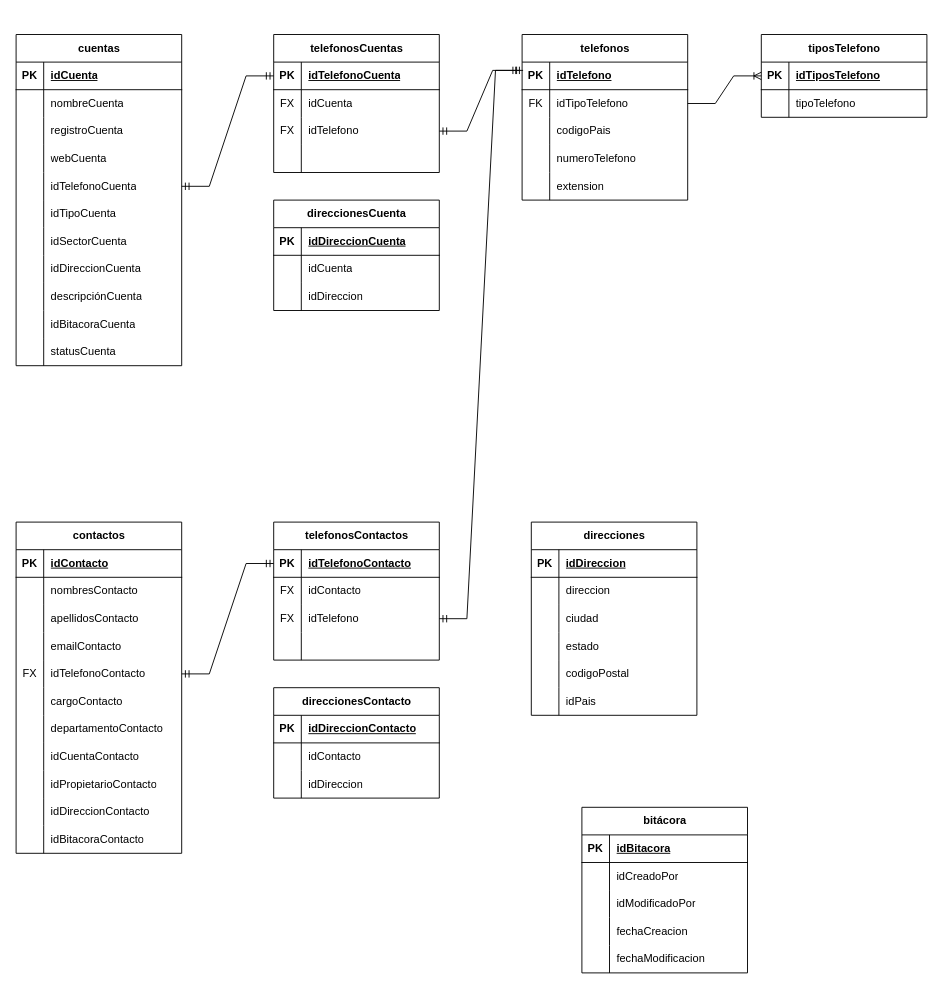
The draw.io diagram bd people.drawio in ocpdata/BDPeople, before the edit. Source tidied: cells renumbered, new cells numbered last; positions are measured from the earlier drawing's top-left corner, leaving out a move shared by most shapes. Both pictures are drawn from the tidied source at 92%, with x=0, y=0 at pixel (16, 34).
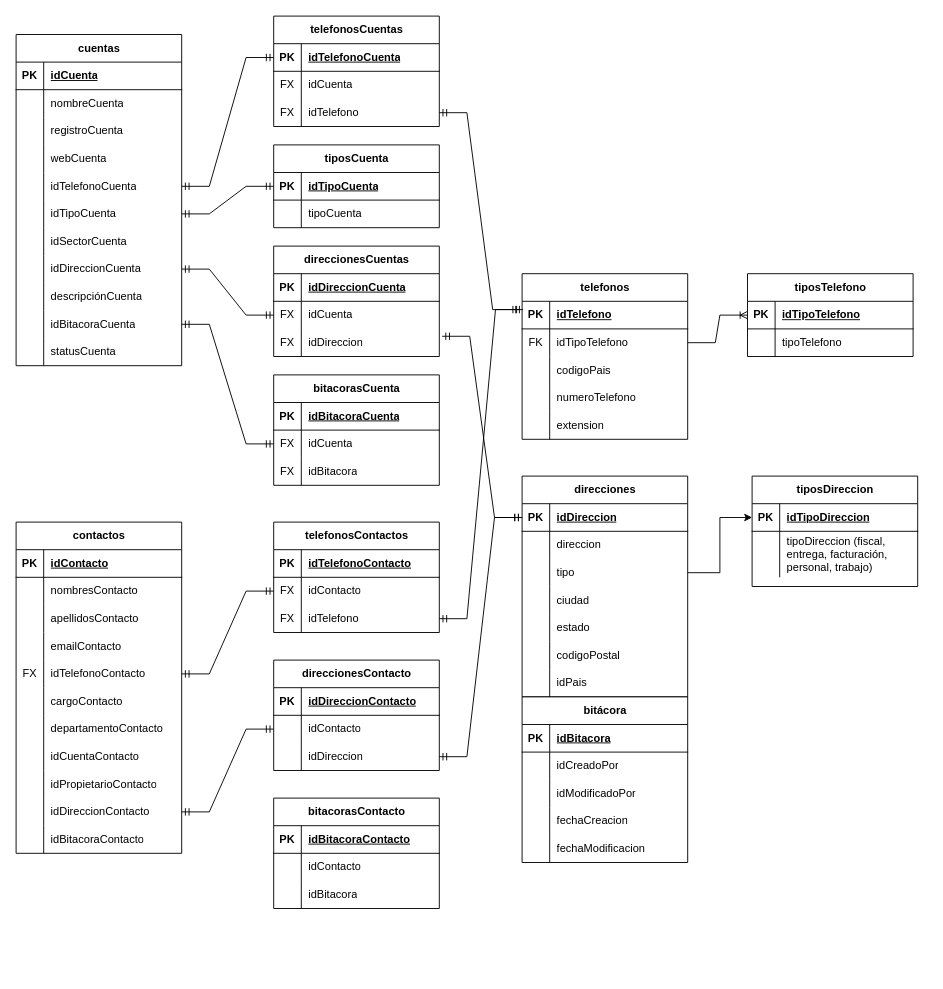
Above is the later version.

Unchanged cells that the change refers to:
```xml
<mxCell id="18" style="shape=tableRow;horizontal=0;startSize=0;swimlaneHead=0;swimlaneBody=0;fillColor=none;points=[[0,0.5],[1,0.5]];portConstraint=eastwest;top=0;left=0;right=0;bottom=0;" parent="2" vertex="1">
  <mxGeometry y="180" width="180" height="30" as="geometry" />
</mxCell>
<mxCell id="24" style="shape=tableRow;horizontal=0;startSize=0;swimlaneHead=0;swimlaneBody=0;fillColor=none;points=[[0,0.5],[1,0.5]];portConstraint=eastwest;top=0;left=0;right=0;bottom=0;" parent="2" vertex="1">
  <mxGeometry y="240" width="180" height="30" as="geometry" />
</mxCell>
<mxCell id="30" style="shape=tableRow;horizontal=0;startSize=0;swimlaneHead=0;swimlaneBody=0;fillColor=none;points=[[0,0.5],[1,0.5]];portConstraint=eastwest;top=0;left=0;right=0;bottom=0;" parent="2" vertex="1">
  <mxGeometry y="300" width="180" height="30" as="geometry" />
</mxCell>
<mxCell id="49" style="shape=tableRow;horizontal=0;startSize=0;swimlaneHead=0;swimlaneBody=0;fillColor=none;points=[[0,0.5],[1,0.5]];portConstraint=eastwest;top=0;left=0;right=0;bottom=0;" parent="36" vertex="1">
  <mxGeometry y="150" width="180" height="30" as="geometry" />
</mxCell>
<mxCell id="64" style="shape=tableRow;horizontal=0;startSize=0;swimlaneHead=0;swimlaneBody=0;fillColor=none;points=[[0,0.5],[1,0.5]];portConstraint=eastwest;top=0;left=0;right=0;bottom=0;" parent="36" vertex="1">
  <mxGeometry y="300" width="180" height="30" as="geometry" />
</mxCell>
<mxCell id="71" style="shape=tableRow;horizontal=0;startSize=0;swimlaneHead=0;swimlaneBody=0;fillColor=none;points=[[0,0.5],[1,0.5]];portConstraint=eastwest;top=0;left=0;right=0;bottom=1;" parent="70" vertex="1">
  <mxGeometry y="30" width="180" height="30" as="geometry" />
</mxCell>
<mxCell id="122" style="shape=tableRow;horizontal=0;startSize=0;swimlaneHead=0;swimlaneBody=0;fillColor=none;points=[[0,0.5],[1,0.5]];portConstraint=eastwest;top=0;left=0;right=0;bottom=1;" parent="121" vertex="1">
  <mxGeometry y="30" width="180" height="30" as="geometry" />
</mxCell>
<mxCell id="133" style="shape=tableRow;horizontal=0;startSize=0;swimlaneHead=0;swimlaneBody=0;fillColor=none;points=[[0,0.5],[1,0.5]];portConstraint=eastwest;top=0;left=0;right=0;bottom=0;" parent="129" vertex="1">
  <mxGeometry y="60" width="180" height="30" as="geometry" />
</mxCell>
<mxCell id="136" style="shape=tableRow;horizontal=0;startSize=0;swimlaneHead=0;swimlaneBody=0;fillColor=none;points=[[0,0.5],[1,0.5]];portConstraint=eastwest;top=0;left=0;right=0;bottom=0;" parent="129" vertex="1">
  <mxGeometry y="90" width="180" height="30" as="geometry" />
</mxCell>
<mxCell id="140" style="shape=tableRow;horizontal=0;startSize=0;swimlaneHead=0;swimlaneBody=0;fillColor=none;points=[[0,0.5],[1,0.5]];portConstraint=eastwest;top=0;left=0;right=0;bottom=1;" parent="139" vertex="1">
  <mxGeometry y="30" width="180" height="30" as="geometry" />
</mxCell>
<mxCell id="143" style="shape=tableRow;horizontal=0;startSize=0;swimlaneHead=0;swimlaneBody=0;fillColor=none;points=[[0,0.5],[1,0.5]];portConstraint=eastwest;top=0;left=0;right=0;bottom=0;" parent="139" vertex="1">
  <mxGeometry y="60" width="180" height="30" as="geometry" />
</mxCell>
<mxCell id="173" style="shape=tableRow;horizontal=0;startSize=0;swimlaneHead=0;swimlaneBody=0;fillColor=none;points=[[0,0.5],[1,0.5]];portConstraint=eastwest;top=0;left=0;right=0;bottom=0;" parent="169" vertex="1">
  <mxGeometry y="60" width="180" height="30" as="geometry" />
</mxCell>
<mxCell id="176" style="shape=tableRow;horizontal=0;startSize=0;swimlaneHead=0;swimlaneBody=0;fillColor=none;points=[[0,0.5],[1,0.5]];portConstraint=eastwest;top=0;left=0;right=0;bottom=0;" parent="169" vertex="1">
  <mxGeometry y="90" width="180" height="30" as="geometry" />
</mxCell>
```

What changed in the source:
```diff
@@
     <mxCell id="70" value="direcciones" style="shape=table;startSize=30;childLayout=tableLayout;rowLines=0;fontStyle=1;align=center;html=1;" parent="1" vertex="1">
-      <mxGeometry x="560" y="530" width="180" height="210" as="geometry" />
+      <mxGeometry x="550" y="480" width="180" height="240" as="geometry" />
     </mxCell>
@@
+    <mxCell id="179" style="shape=tableRow;horizontal=0;startSize=0;swimlaneHead=0;swimlaneBody=0;fillColor=none;points=[[0,0.5],[1,0.5]];portConstraint=eastwest;top=0;left=0;right=0;bottom=0;" parent="70" vertex="1">
+      <mxGeometry y="90" width="180" height="30" as="geometry" />
+    </mxCell>
+    <mxCell id="180" style="shape=partialRectangle;fillColor=none;top=0;left=0;bottom=0;right=0;overflow=hidden;whiteSpace=wrap;html=1;" parent="179" vertex="1">
+      <mxGeometry width="30" height="30" as="geometry" />
+    </mxCell>
+    <mxCell id="181" value="tipo" style="shape=partialRectangle;fillColor=none;top=0;left=0;bottom=0;right=0;align=left;spacingLeft=6;overflow=hidden;whiteSpace=wrap;html=1;" parent="179" vertex="1">
+      <mxGeometry x="30" width="150" height="30" as="geometry" />
+    </mxCell>
     <mxCell id="77" style="shape=tableRow;horizontal=0;startSize=0;swimlaneHead=0;swimlaneBody=0;fillColor=none;top=0;left=0;right=0;bottom=0;" parent="70" vertex="1">
-      <mxGeometry y="90" width="180" height="30" as="geometry" />
+      <mxGeometry y="120" width="180" height="30" as="geometry" />
     </mxCell>
@@
     <mxCell id="80" style="shape=tableRow;horizontal=0;startSize=0;swimlaneHead=0;swimlaneBody=0;fillColor=none;top=0;left=0;right=0;bottom=0;" parent="70" vertex="1">
-      <mxGeometry y="120" width="180" height="30" as="geometry" />
+      <mxGeometry y="150" width="180" height="30" as="geometry" />
     </mxCell>
@@
     <mxCell id="83" style="shape=tableRow;horizontal=0;startSize=0;swimlaneHead=0;swimlaneBody=0;fillColor=none;top=0;left=0;right=0;bottom=0;" parent="70" vertex="1">
-      <mxGeometry y="150" width="180" height="30" as="geometry" />
+      <mxGeometry y="180" width="180" height="30" as="geometry" />
     </mxCell>
@@
     <mxCell id="86" style="shape=tableRow;horizontal=0;startSize=0;swimlaneHead=0;swimlaneBody=0;fillColor=none;top=0;left=0;right=0;bottom=0;" parent="70" vertex="1">
-      <mxGeometry y="180" width="180" height="30" as="geometry" />
+      <mxGeometry y="210" width="180" height="30" as="geometry" />
     </mxCell>
@@
     <mxCell id="89" value="bitácora" style="shape=table;startSize=30;childLayout=tableLayout;rowLines=0;fontStyle=1;align=center;html=1;" parent="1" vertex="1">
-      <mxGeometry x="615" y="840" width="180" height="180" as="geometry" />
+      <mxGeometry x="550" y="720" width="180" height="180" as="geometry" />
     </mxCell>
@@
     <mxCell id="105" value="telefonos" style="shape=table;startSize=30;childLayout=tableLayout;rowLines=0;fontStyle=1;align=center;html=1;" parent="1" vertex="1">
-      <mxGeometry x="550" width="180" height="180" as="geometry" />
+      <mxGeometry x="550" y="260" width="180" height="180" as="geometry" />
     </mxCell>
@@
     <mxCell id="121" value="tiposTelefono" style="shape=table;startSize=30;childLayout=tableLayout;rowLines=0;fontStyle=1;align=center;html=1;" parent="1" vertex="1">
-      <mxGeometry x="810" width="180" height="90" as="geometry" />
+      <mxGeometry x="795" y="260" width="180" height="90" as="geometry" />
     </mxCell>
@@
-    <mxCell id="124" value="idTiposTelefono" style="shape=partialRectangle;fillColor=none;top=0;left=0;bottom=0;right=0;align=left;spacingLeft=6;fontStyle=5;overflow=hidden;whiteSpace=wrap;html=1;" parent="122" vertex="1">
+    <mxCell id="124" value="idTipoTelefono" style="shape=partialRectangle;fillColor=none;top=0;left=0;bottom=0;right=0;align=left;spacingLeft=6;fontStyle=5;overflow=hidden;whiteSpace=wrap;html=1;" parent="122" vertex="1">
       <mxGeometry x="30" width="150" height="30" as="geometry" />
     </mxCell>
@@
     <mxCell id="129" value="direccionesContacto" style="shape=table;startSize=30;childLayout=tableLayout;rowLines=0;fontStyle=1;align=center;html=1;" parent="1" vertex="1">
-      <mxGeometry x="280" y="710" width="180" height="120" as="geometry" />
+      <mxGeometry x="280" y="680" width="180" height="120" as="geometry" />
     </mxCell>
@@
     <mxCell id="139" value="telefonosContactos" style="shape=table;startSize=30;childLayout=tableLayout;rowLines=0;fontStyle=1;align=center;html=1;" parent="1" vertex="1">
-      <mxGeometry x="280" y="530" width="180" height="150" as="geometry" />
+      <mxGeometry x="280" y="530" width="180" height="120" as="geometry" />
     </mxCell>
@@
-    <mxCell id="149" style="shape=tableRow;horizontal=0;startSize=0;swimlaneHead=0;swimlaneBody=0;fillColor=none;top=0;left=0;right=0;bottom=0;" parent="139" vertex="1">
-      <mxGeometry y="120" width="180" height="30" as="geometry" />
-    </mxCell>
-    <mxCell id="150" style="shape=partialRectangle;fillColor=none;top=0;left=0;bottom=0;right=0;overflow=hidden;whiteSpace=wrap;html=1;" parent="149" vertex="1">
-      <mxGeometry width="30" height="30" as="geometry" />
-    </mxCell>
-    <mxCell id="151" style="shape=partialRectangle;fillColor=none;top=0;left=0;bottom=0;right=0;align=left;spacingLeft=6;overflow=hidden;whiteSpace=wrap;html=1;" parent="149" vertex="1">
-      <mxGeometry x="30" width="150" height="30" as="geometry" />
-    </mxCell>
-    <mxCell id="152" style="edgeStyle=entityRelationEdgeStyle;fontSize=12;html=1;endArrow=ERmandOne;startArrow=ERmandOne;rounded=0;exitX=1;exitY=0.5;exitDx=0;exitDy=0;entryX=0;entryY=0.5;entryDx=0;entryDy=0;" parent="1" edge="1" source="49" target="140">
+    <mxCell id="152" style="edgeStyle=entityRelationEdgeStyle;fontSize=12;html=1;endArrow=ERmandOne;startArrow=ERmandOne;rounded=0;exitX=1;exitY=0.5;exitDx=0;exitDy=0;entryX=0;entryY=0.5;entryDx=0;entryDy=0;" parent="1" edge="1" source="49" target="143">
       <mxGeometry relative="1" as="geometry" />
     </mxCell>
@@
     <mxCell id="154" value="telefonosCuentas" style="shape=table;startSize=30;childLayout=tableLayout;rowLines=0;fontStyle=1;align=center;html=1;" parent="1" vertex="1">
-      <mxGeometry x="280" width="180" height="150" as="geometry" />
+      <mxGeometry x="280" y="-20" width="180" height="120" as="geometry" />
     </mxCell>
@@
-    <mxCell id="164" style="shape=tableRow;horizontal=0;startSize=0;swimlaneHead=0;swimlaneBody=0;fillColor=none;top=0;left=0;right=0;bottom=0;" parent="154" vertex="1">
-      <mxGeometry y="120" width="180" height="30" as="geometry" />
-    </mxCell>
-    <mxCell id="165" style="shape=partialRectangle;fillColor=none;top=0;left=0;bottom=0;right=0;overflow=hidden;whiteSpace=wrap;html=1;" parent="164" vertex="1">
-      <mxGeometry width="30" height="30" as="geometry" />
-    </mxCell>
-    <mxCell id="166" style="shape=partialRectangle;fillColor=none;top=0;left=0;bottom=0;right=0;align=left;spacingLeft=6;overflow=hidden;whiteSpace=wrap;html=1;" parent="164" vertex="1">
-      <mxGeometry x="30" width="150" height="30" as="geometry" />
-    </mxCell>
@@
-    <mxCell id="169" value="direccionesCuenta" style="shape=table;startSize=30;childLayout=tableLayout;rowLines=0;fontStyle=1;align=center;html=1;" parent="1" vertex="1">
-      <mxGeometry x="280" y="180" width="180" height="120" as="geometry" />
+    <mxCell id="169" value="direccionesCuentas" style="shape=table;startSize=30;childLayout=tableLayout;rowLines=0;fontStyle=1;align=center;html=1;" parent="1" vertex="1">
+      <mxGeometry x="280" y="230" width="180" height="120" as="geometry" />
     </mxCell>
@@
-    <mxCell id="174" style="shape=partialRectangle;fillColor=none;top=0;left=0;bottom=0;right=0;overflow=hidden;whiteSpace=wrap;html=1;" parent="173" vertex="1">
+    <mxCell id="174" value="FX" style="shape=partialRectangle;fillColor=none;top=0;left=0;bottom=0;right=0;overflow=hidden;whiteSpace=wrap;html=1;" parent="173" vertex="1">
       <mxGeometry width="30" height="30" as="geometry" />
     </mxCell>
@@
-    <mxCell id="177" style="shape=partialRectangle;fillColor=none;top=0;left=0;bottom=0;right=0;overflow=hidden;whiteSpace=wrap;html=1;" parent="176" vertex="1">
+    <mxCell id="177" value="FX" style="shape=partialRectangle;fillColor=none;top=0;left=0;bottom=0;right=0;overflow=hidden;whiteSpace=wrap;html=1;" parent="176" vertex="1">
       <mxGeometry width="30" height="30" as="geometry" />
     </mxCell>
@@
+    <mxCell id="182" value="bitacorasCuenta" style="shape=table;startSize=30;childLayout=tableLayout;rowLines=0;fontStyle=1;align=center;html=1;" parent="1" vertex="1">
+      <mxGeometry x="280" y="370" width="180" height="120" as="geometry" />
+    </mxCell>
+    <mxCell id="183" style="shape=tableRow;horizontal=0;startSize=0;swimlaneHead=0;swimlaneBody=0;fillColor=none;top=0;left=0;right=0;bottom=1;" parent="182" vertex="1">
+      <mxGeometry y="30" width="180" height="30" as="geometry" />
+    </mxCell>
+    <mxCell id="184" value="PK" style="shape=partialRectangle;fillColor=none;top=0;left=0;bottom=0;right=0;fontStyle=1;overflow=hidden;whiteSpace=wrap;html=1;" parent="183" vertex="1">
+      <mxGeometry width="30" height="30" as="geometry" />
+    </mxCell>
+    <mxCell id="185" value="idBitacoraCuenta" style="shape=partialRectangle;fillColor=none;top=0;left=0;bottom=0;right=0;align=left;spacingLeft=6;fontStyle=5;overflow=hidden;whiteSpace=wrap;html=1;" parent="183" vertex="1">
+      <mxGeometry x="30" width="150" height="30" as="geometry" />
+    </mxCell>
+    <mxCell id="186" style="shape=tableRow;horizontal=0;startSize=0;swimlaneHead=0;swimlaneBody=0;fillColor=none;points=[[0,0.5],[1,0.5]];portConstraint=eastwest;top=0;left=0;right=0;bottom=0;" parent="182" vertex="1">
+      <mxGeometry y="60" width="180" height="30" as="geometry" />
+    </mxCell>
+    <mxCell id="187" value="FX" style="shape=partialRectangle;fillColor=none;top=0;left=0;bottom=0;right=0;overflow=hidden;whiteSpace=wrap;html=1;" parent="186" vertex="1">
+      <mxGeometry width="30" height="30" as="geometry" />
+    </mxCell>
+    <mxCell id="188" value="idCuenta" style="shape=partialRectangle;fillColor=none;top=0;left=0;bottom=0;right=0;align=left;spacingLeft=6;overflow=hidden;whiteSpace=wrap;html=1;" parent="186" vertex="1">
+      <mxGeometry x="30" width="150" height="30" as="geometry" />
+    </mxCell>
+    <mxCell id="189" style="shape=tableRow;horizontal=0;startSize=0;swimlaneHead=0;swimlaneBody=0;fillColor=none;top=0;left=0;right=0;bottom=0;" parent="182" vertex="1">
+      <mxGeometry y="90" width="180" height="30" as="geometry" />
+    </mxCell>
+    <mxCell id="190" value="FX" style="shape=partialRectangle;fillColor=none;top=0;left=0;bottom=0;right=0;overflow=hidden;whiteSpace=wrap;html=1;" parent="189" vertex="1">
+      <mxGeometry width="30" height="30" as="geometry" />
+    </mxCell>
+    <mxCell id="191" value="idBitacora" style="shape=partialRectangle;fillColor=none;top=0;left=0;bottom=0;right=0;align=left;spacingLeft=6;overflow=hidden;whiteSpace=wrap;html=1;" parent="189" vertex="1">
+      <mxGeometry x="30" width="150" height="30" as="geometry" />
+    </mxCell>
+    <mxCell id="192" style="edgeStyle=entityRelationEdgeStyle;fontSize=12;html=1;endArrow=ERmandOne;startArrow=ERmandOne;rounded=0;exitX=1;exitY=0.5;exitDx=0;exitDy=0;entryX=0;entryY=0.5;entryDx=0;entryDy=0;" parent="1" edge="1" source="24" target="173">
+      <mxGeometry relative="1" as="geometry" />
+    </mxCell>
+    <mxCell id="193" style="edgeStyle=entityRelationEdgeStyle;fontSize=12;html=1;endArrow=ERmandOne;startArrow=ERmandOne;rounded=0;exitX=1;exitY=0.5;exitDx=0;exitDy=0;entryX=0;entryY=0.5;entryDx=0;entryDy=0;" parent="1" edge="1" source="30" target="186">
+      <mxGeometry relative="1" as="geometry" />
+    </mxCell>
+    <mxCell id="194" value="tiposCuenta" style="shape=table;startSize=30;childLayout=tableLayout;rowLines=0;fontStyle=1;align=center;html=1;" parent="1" vertex="1">
+      <mxGeometry x="280" y="120" width="180" height="90" as="geometry" />
+    </mxCell>
+    <mxCell id="195" style="shape=tableRow;horizontal=0;startSize=0;swimlaneHead=0;swimlaneBody=0;fillColor=none;points=[[0,0.5],[1,0.5]];portConstraint=eastwest;top=0;left=0;right=0;bottom=1;" parent="194" vertex="1">
+      <mxGeometry y="30" width="180" height="30" as="geometry" />
+    </mxCell>
+    <mxCell id="196" value="PK" style="shape=partialRectangle;fillColor=none;top=0;left=0;bottom=0;right=0;fontStyle=1;overflow=hidden;whiteSpace=wrap;html=1;" parent="195" vertex="1">
+      <mxGeometry width="30" height="30" as="geometry" />
+    </mxCell>
+    <mxCell id="197" value="idTipoCuenta" style="shape=partialRectangle;fillColor=none;top=0;left=0;bottom=0;right=0;align=left;spacingLeft=6;fontStyle=5;overflow=hidden;whiteSpace=wrap;html=1;" parent="195" vertex="1">
+      <mxGeometry x="30" width="150" height="30" as="geometry" />
+    </mxCell>
+    <mxCell id="198" style="shape=tableRow;horizontal=0;startSize=0;swimlaneHead=0;swimlaneBody=0;fillColor=none;top=0;left=0;right=0;bottom=0;" parent="194" vertex="1">
+      <mxGeometry y="60" width="180" height="30" as="geometry" />
+    </mxCell>
+    <mxCell id="199" style="shape=partialRectangle;fillColor=none;top=0;left=0;bottom=0;right=0;overflow=hidden;whiteSpace=wrap;html=1;" parent="198" vertex="1">
+      <mxGeometry width="30" height="30" as="geometry" />
+    </mxCell>
+    <mxCell id="200" value="tipoCuenta" style="shape=partialRectangle;fillColor=none;top=0;left=0;bottom=0;right=0;align=left;spacingLeft=6;overflow=hidden;whiteSpace=wrap;html=1;" parent="198" vertex="1">
+      <mxGeometry x="30" width="150" height="30" as="geometry" />
+    </mxCell>
+    <mxCell id="201" style="edgeStyle=entityRelationEdgeStyle;fontSize=12;html=1;endArrow=ERmandOne;startArrow=ERmandOne;rounded=0;exitX=1;exitY=0.5;exitDx=0;exitDy=0;entryX=0;entryY=0.5;entryDx=0;entryDy=0;" parent="1" edge="1" source="18" target="195">
+      <mxGeometry relative="1" as="geometry" />
+    </mxCell>
+    <mxCell id="202" value="bitacorasContacto" style="shape=table;startSize=30;childLayout=tableLayout;rowLines=0;fontStyle=1;align=center;html=1;" parent="1" vertex="1">
+      <mxGeometry x="280" y="830" width="180" height="120" as="geometry" />
+    </mxCell>
+    <mxCell id="203" style="shape=tableRow;horizontal=0;startSize=0;swimlaneHead=0;swimlaneBody=0;fillColor=none;top=0;left=0;right=0;bottom=1;" parent="202" vertex="1">
+      <mxGeometry y="30" width="180" height="30" as="geometry" />
+    </mxCell>
+    <mxCell id="204" value="PK" style="shape=partialRectangle;fillColor=none;top=0;left=0;bottom=0;right=0;fontStyle=1;overflow=hidden;whiteSpace=wrap;html=1;" parent="203" vertex="1">
+      <mxGeometry width="30" height="30" as="geometry" />
+    </mxCell>
+    <mxCell id="205" value="idBitacoraContacto" style="shape=partialRectangle;fillColor=none;top=0;left=0;bottom=0;right=0;align=left;spacingLeft=6;fontStyle=5;overflow=hidden;whiteSpace=wrap;html=1;" parent="203" vertex="1">
+      <mxGeometry x="30" width="150" height="30" as="geometry" />
+    </mxCell>
+    <mxCell id="206" style="shape=tableRow;horizontal=0;startSize=0;swimlaneHead=0;swimlaneBody=0;fillColor=none;top=0;left=0;right=0;bottom=0;" parent="202" vertex="1">
+      <mxGeometry y="60" width="180" height="30" as="geometry" />
+    </mxCell>
+    <mxCell id="207" style="shape=partialRectangle;fillColor=none;top=0;left=0;bottom=0;right=0;overflow=hidden;whiteSpace=wrap;html=1;" parent="206" vertex="1">
+      <mxGeometry width="30" height="30" as="geometry" />
+    </mxCell>
+    <mxCell id="208" value="idContacto" style="shape=partialRectangle;fillColor=none;top=0;left=0;bottom=0;right=0;align=left;spacingLeft=6;overflow=hidden;whiteSpace=wrap;html=1;" parent="206" vertex="1">
+      <mxGeometry x="30" width="150" height="30" as="geometry" />
+    </mxCell>
+    <mxCell id="209" style="shape=tableRow;horizontal=0;startSize=0;swimlaneHead=0;swimlaneBody=0;fillColor=none;top=0;left=0;right=0;bottom=0;" parent="202" vertex="1">
+      <mxGeometry y="90" width="180" height="30" as="geometry" />
+    </mxCell>
+    <mxCell id="210" style="shape=partialRectangle;fillColor=none;top=0;left=0;bottom=0;right=0;overflow=hidden;whiteSpace=wrap;html=1;" parent="209" vertex="1">
+      <mxGeometry width="30" height="30" as="geometry" />
+    </mxCell>
+    <mxCell id="211" value="idBitacora" style="shape=partialRectangle;fillColor=none;top=0;left=0;bottom=0;right=0;align=left;spacingLeft=6;overflow=hidden;whiteSpace=wrap;html=1;" parent="209" vertex="1">
+      <mxGeometry x="30" width="150" height="30" as="geometry" />
+    </mxCell>
+    <mxCell id="212" style="edgeStyle=entityRelationEdgeStyle;fontSize=12;html=1;endArrow=ERmandOne;startArrow=ERmandOne;rounded=0;exitX=1.017;exitY=0.267;exitDx=0;exitDy=0;entryX=0;entryY=0.5;entryDx=0;entryDy=0;exitPerimeter=0;" parent="1" edge="1" source="176" target="71">
+      <mxGeometry relative="1" as="geometry" />
+    </mxCell>
+    <mxCell id="213" style="edgeStyle=entityRelationEdgeStyle;fontSize=12;html=1;endArrow=ERmandOne;startArrow=ERmandOne;rounded=0;exitX=1;exitY=0.5;exitDx=0;exitDy=0;entryX=0;entryY=0.5;entryDx=0;entryDy=0;" parent="1" edge="1" source="136" target="71">
+      <mxGeometry relative="1" as="geometry" />
+    </mxCell>
+    <mxCell id="214" style="edgeStyle=entityRelationEdgeStyle;fontSize=12;html=1;endArrow=ERmandOne;startArrow=ERmandOne;rounded=0;exitX=1;exitY=0.5;exitDx=0;exitDy=0;entryX=0;entryY=0.5;entryDx=0;entryDy=0;" parent="1" edge="1" source="64" target="133">
+      <mxGeometry relative="1" as="geometry" />
+    </mxCell>
+    <mxCell id="215" value="tiposDireccion" style="shape=table;startSize=30;childLayout=tableLayout;rowLines=0;fontStyle=1;align=center;html=1;" parent="1" vertex="1">
+      <mxGeometry x="800" y="480" width="180" height="120" as="geometry" />
+    </mxCell>
+    <mxCell id="216" style="shape=tableRow;horizontal=0;startSize=0;swimlaneHead=0;swimlaneBody=0;fillColor=none;points=[[0,0.5],[1,0.5]];portConstraint=eastwest;top=0;left=0;right=0;bottom=1;" parent="215" vertex="1">
+      <mxGeometry y="30" width="180" height="30" as="geometry" />
+    </mxCell>
+    <mxCell id="217" value="PK" style="shape=partialRectangle;fillColor=none;top=0;left=0;bottom=0;right=0;fontStyle=1;overflow=hidden;whiteSpace=wrap;html=1;" parent="216" vertex="1">
+      <mxGeometry width="30" height="30" as="geometry" />
+    </mxCell>
+    <mxCell id="218" value="idTipoDireccion" style="shape=partialRectangle;fillColor=none;top=0;left=0;bottom=0;right=0;align=left;spacingLeft=6;fontStyle=5;overflow=hidden;whiteSpace=wrap;html=1;" parent="216" vertex="1">
+      <mxGeometry x="30" width="150" height="30" as="geometry" />
+    </mxCell>
+    <mxCell id="219" style="shape=tableRow;horizontal=0;startSize=0;swimlaneHead=0;swimlaneBody=0;fillColor=none;top=0;left=0;right=0;bottom=0;" parent="215" vertex="1">
+      <mxGeometry y="60" width="180" height="50" as="geometry" />
+    </mxCell>
+    <mxCell id="220" style="shape=partialRectangle;fillColor=none;top=0;left=0;bottom=0;right=0;overflow=hidden;whiteSpace=wrap;html=1;" parent="219" vertex="1">
+      <mxGeometry width="30" height="50" as="geometry" />
+    </mxCell>
+    <mxCell id="221" value="tipoDireccion (fiscal, entrega, facturación, personal, trabajo)" style="shape=partialRectangle;fillColor=none;top=0;left=0;bottom=0;right=0;align=left;spacingLeft=6;overflow=hidden;whiteSpace=wrap;html=1;" parent="219" vertex="1">
+      <mxGeometry x="30" width="150" height="50" as="geometry" />
+    </mxCell>
+    <mxCell id="222" style="edgeStyle=orthogonalEdgeStyle;rounded=0;jettySize=auto;html=1;exitX=1;exitY=0.5;exitDx=0;exitDy=0;entryX=0;entryY=0.5;entryDx=0;entryDy=0;" parent="1" edge="1" source="179" target="216">
+      <mxGeometry relative="1" as="geometry" />
+    </mxCell>
```
